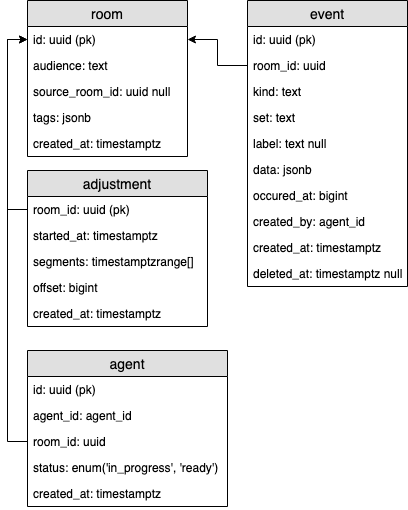
Earlier version of the draw.io export docs/src/impl/event.schema.png (foxford/event). Source tidied: cells renumbered, new cells last; positions are measured from the earlier drawing's top-left corner, leaving out a move shared by most shapes. Its diagram source:
```xml
<mxGraphModel>
  <root>
    <mxCell id="0" />
    <mxCell id="1" parent="0" />
    <mxCell id="2" value="room" style="swimlane;fontStyle=0;horizontal=1;startSize=26;fillColor=#e0e0e0;swimlaneFillColor=#ffffff;align=center;fontSize=14;" parent="1" vertex="1">
      <mxGeometry width="160" height="156" as="geometry" />
    </mxCell>
    <mxCell id="3" value="id: uuid (pk)" style="text;strokeColor=none;fillColor=none;spacingLeft=4;spacingRight=4;overflow=hidden;points=[[0,0.5],[1,0.5]];portConstraint=eastwest;fontSize=12;" parent="2" vertex="1">
      <mxGeometry y="26" width="160" height="26" as="geometry" />
    </mxCell>
    <mxCell id="4" value="audience: text" style="text;strokeColor=none;fillColor=none;spacingLeft=4;spacingRight=4;overflow=hidden;fontSize=12;" parent="2" vertex="1">
      <mxGeometry y="52" width="160" height="26" as="geometry" />
    </mxCell>
    <mxCell id="5" value="source_room_id: uuid null" style="text;strokeColor=none;fillColor=none;spacingLeft=4;spacingRight=4;overflow=hidden;fontSize=12;" parent="2" vertex="1">
      <mxGeometry y="78" width="160" height="26" as="geometry" />
    </mxCell>
    <mxCell id="6" value="tags: jsonb" style="text;strokeColor=none;fillColor=none;spacingLeft=4;spacingRight=4;overflow=hidden;fontSize=12;" parent="2" vertex="1">
      <mxGeometry y="104" width="160" height="26" as="geometry" />
    </mxCell>
    <mxCell id="7" value="created_at: timestamptz" style="text;strokeColor=none;fillColor=none;spacingLeft=4;spacingRight=4;overflow=hidden;fontSize=12;" parent="2" vertex="1">
      <mxGeometry y="130" width="160" height="26" as="geometry" />
    </mxCell>
    <mxCell id="8" value="adjustment" style="swimlane;fontStyle=0;horizontal=1;startSize=26;fillColor=#e0e0e0;swimlaneFillColor=#ffffff;align=center;fontSize=14;" parent="1" vertex="1">
      <mxGeometry y="170" width="180" height="156" as="geometry" />
    </mxCell>
    <mxCell id="9" value="room_id: uuid (pk)" style="text;strokeColor=none;fillColor=none;spacingLeft=4;spacingRight=4;overflow=hidden;points=[[0,0.5],[1,0.5]];portConstraint=eastwest;fontSize=12;" parent="8" vertex="1">
      <mxGeometry y="26" width="180" height="26" as="geometry" />
    </mxCell>
    <mxCell id="10" value="started_at: timestamptz" style="text;strokeColor=none;fillColor=none;spacingLeft=4;spacingRight=4;overflow=hidden;fontSize=12;" parent="8" vertex="1">
      <mxGeometry y="52" width="180" height="26" as="geometry" />
    </mxCell>
    <mxCell id="11" value="segments: timestamptzrange[]" style="text;strokeColor=none;fillColor=none;spacingLeft=4;spacingRight=4;overflow=hidden;fontSize=12;" parent="8" vertex="1">
      <mxGeometry y="78" width="180" height="26" as="geometry" />
    </mxCell>
    <mxCell id="12" value="offset: bigint" style="text;strokeColor=none;fillColor=none;spacingLeft=4;spacingRight=4;overflow=hidden;fontSize=12;" parent="8" vertex="1">
      <mxGeometry y="104" width="180" height="26" as="geometry" />
    </mxCell>
    <mxCell id="13" value="created_at: timestamptz" style="text;strokeColor=none;fillColor=none;spacingLeft=4;spacingRight=4;overflow=hidden;fontSize=12;" parent="8" vertex="1">
      <mxGeometry y="130" width="180" height="26" as="geometry" />
    </mxCell>
    <mxCell id="14" value="agent" style="swimlane;fontStyle=0;horizontal=1;startSize=26;fillColor=#e0e0e0;swimlaneFillColor=#ffffff;align=center;fontSize=14;" parent="1" vertex="1">
      <mxGeometry y="350" width="200" height="156" as="geometry" />
    </mxCell>
    <mxCell id="15" value="id: uuid (pk)" style="text;strokeColor=none;fillColor=none;spacingLeft=4;spacingRight=4;overflow=hidden;fontSize=12;" parent="14" vertex="1">
      <mxGeometry y="26" width="200" height="26" as="geometry" />
    </mxCell>
    <mxCell id="16" value="agent_id: agent_id" style="text;strokeColor=none;fillColor=none;spacingLeft=4;spacingRight=4;overflow=hidden;fontSize=12;" parent="14" vertex="1">
      <mxGeometry y="52" width="200" height="26" as="geometry" />
    </mxCell>
    <mxCell id="17" value="room_id: uuid" style="text;strokeColor=none;fillColor=none;spacingLeft=4;spacingRight=4;overflow=hidden;points=[[0,0.5],[1,0.5]];portConstraint=eastwest;fontSize=12;" parent="14" vertex="1">
      <mxGeometry y="78" width="200" height="26" as="geometry" />
    </mxCell>
    <mxCell id="18" value="status: enum('in_progress', 'ready')" style="text;strokeColor=none;fillColor=none;spacingLeft=4;spacingRight=4;overflow=hidden;fontSize=12;" parent="14" vertex="1">
      <mxGeometry y="104" width="200" height="26" as="geometry" />
    </mxCell>
    <mxCell id="19" value="created_at: timestamptz" style="text;strokeColor=none;fillColor=none;spacingLeft=4;spacingRight=4;overflow=hidden;fontSize=12;" parent="14" vertex="1">
      <mxGeometry y="130" width="200" height="26" as="geometry" />
    </mxCell>
    <mxCell id="20" value="event" style="swimlane;fontStyle=0;horizontal=1;startSize=26;fillColor=#e0e0e0;swimlaneFillColor=#ffffff;align=center;fontSize=14;" parent="1" vertex="1">
      <mxGeometry x="220" width="160" height="286" as="geometry" />
    </mxCell>
    <mxCell id="21" value="id: uuid (pk)" style="text;strokeColor=none;fillColor=none;spacingLeft=4;spacingRight=4;overflow=hidden;fontSize=12;" parent="20" vertex="1">
      <mxGeometry y="26" width="160" height="26" as="geometry" />
    </mxCell>
    <mxCell id="22" value="room_id: uuid" style="text;strokeColor=none;fillColor=none;spacingLeft=4;spacingRight=4;overflow=hidden;points=[[0,0.5],[1,0.5]];portConstraint=eastwest;fontSize=12;" parent="20" vertex="1">
      <mxGeometry y="52" width="160" height="26" as="geometry" />
    </mxCell>
    <mxCell id="23" value="kind: text" style="text;strokeColor=none;fillColor=none;spacingLeft=4;spacingRight=4;overflow=hidden;fontSize=12;" parent="20" vertex="1">
      <mxGeometry y="78" width="160" height="26" as="geometry" />
    </mxCell>
    <mxCell id="24" value="set: text" style="text;strokeColor=none;fillColor=none;spacingLeft=4;spacingRight=4;overflow=hidden;fontSize=12;" parent="20" vertex="1">
      <mxGeometry y="104" width="160" height="26" as="geometry" />
    </mxCell>
    <mxCell id="25" value="label: text null" style="text;strokeColor=none;fillColor=none;spacingLeft=4;spacingRight=4;overflow=hidden;fontSize=12;" parent="20" vertex="1">
      <mxGeometry y="130" width="160" height="26" as="geometry" />
    </mxCell>
    <mxCell id="26" value="data: jsonb" style="text;strokeColor=none;fillColor=none;spacingLeft=4;spacingRight=4;overflow=hidden;fontSize=12;" parent="20" vertex="1">
      <mxGeometry y="156" width="160" height="26" as="geometry" />
    </mxCell>
    <mxCell id="27" value="occured_at: bigint" style="text;strokeColor=none;fillColor=none;spacingLeft=4;spacingRight=4;overflow=hidden;fontSize=12;" parent="20" vertex="1">
      <mxGeometry y="182" width="160" height="26" as="geometry" />
    </mxCell>
    <mxCell id="28" value="created_by: agent_id" style="text;strokeColor=none;fillColor=none;spacingLeft=4;spacingRight=4;overflow=hidden;fontSize=12;" parent="20" vertex="1">
      <mxGeometry y="208" width="160" height="26" as="geometry" />
    </mxCell>
    <mxCell id="29" value="created_at: timestamptz" style="text;strokeColor=none;fillColor=none;spacingLeft=4;spacingRight=4;overflow=hidden;fontSize=12;" parent="20" vertex="1">
      <mxGeometry y="234" width="160" height="26" as="geometry" />
    </mxCell>
    <mxCell id="30" value="deleted_at: timestamptz null" style="text;strokeColor=none;fillColor=none;spacingLeft=4;spacingRight=4;overflow=hidden;fontSize=12;" parent="20" vertex="1">
      <mxGeometry y="260" width="160" height="26" as="geometry" />
    </mxCell>
    <mxCell id="31" style="edgeStyle=orthogonalEdgeStyle;rounded=0;jettySize=auto;html=1;exitX=0;exitY=0.5;exitDx=0;exitDy=0;entryX=0;entryY=0.5;entryDx=0;entryDy=0;" parent="1" edge="1" source="9" target="3">
      <mxGeometry relative="1" as="geometry" />
    </mxCell>
    <mxCell id="32" style="edgeStyle=orthogonalEdgeStyle;rounded=0;jettySize=auto;html=1;exitX=0;exitY=0.5;exitDx=0;exitDy=0;entryX=0;entryY=0.5;entryDx=0;entryDy=0;" parent="1" edge="1" source="17" target="3">
      <mxGeometry relative="1" as="geometry" />
    </mxCell>
    <mxCell id="33" style="edgeStyle=orthogonalEdgeStyle;rounded=0;jettySize=auto;html=1;exitX=0;exitY=0.5;exitDx=0;exitDy=0;entryX=1;entryY=0.5;entryDx=0;entryDy=0;" parent="1" edge="1" source="22" target="3">
      <mxGeometry relative="1" as="geometry" />
    </mxCell>
  </root>
</mxGraphModel>
```
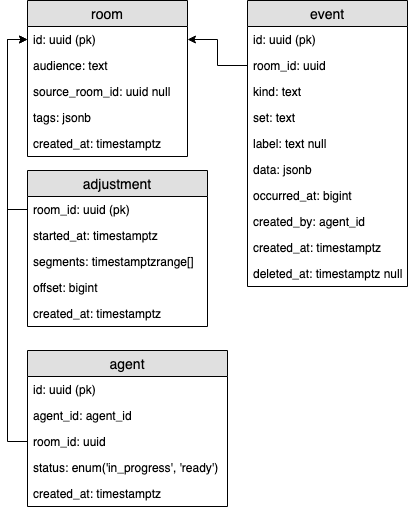
After the change.

Commit message:
Fix typo on DB diagram

What changed in the source:
```diff
@@ -77,7 +77,7 @@
     <mxCell id="26" value="data: jsonb" style="text;strokeColor=none;fillColor=none;spacingLeft=4;spacingRight=4;overflow=hidden;fontSize=12;" parent="20" vertex="1">
       <mxGeometry y="156" width="160" height="26" as="geometry" />
     </mxCell>
-    <mxCell id="27" value="occured_at: bigint" style="text;strokeColor=none;fillColor=none;spacingLeft=4;spacingRight=4;overflow=hidden;fontSize=12;" parent="20" vertex="1">
+    <mxCell id="27" value="occurred_at: bigint" style="text;strokeColor=none;fillColor=none;spacingLeft=4;spacingRight=4;overflow=hidden;fontSize=12;" parent="20" vertex="1">
       <mxGeometry y="182" width="160" height="26" as="geometry" />
     </mxCell>
     <mxCell id="28" value="created_by: agent_id" style="text;strokeColor=none;fillColor=none;spacingLeft=4;spacingRight=4;overflow=hidden;fontSize=12;" parent="20" vertex="1">
```
